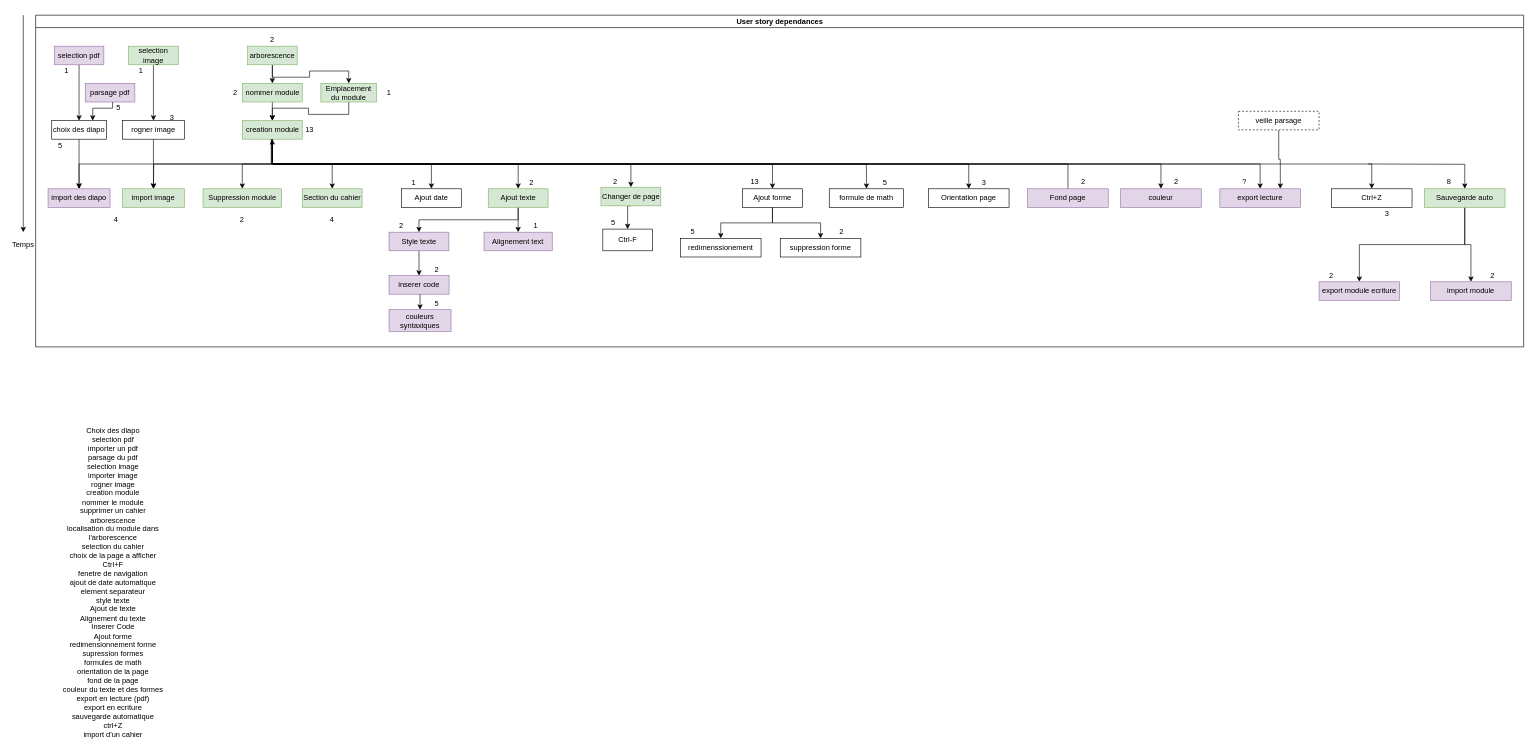
Before: ressources/dependance_fini.drawio in Clement-Torti/book7, a draw.io diagram. Source tidied: cells renumbered, new cells numbered last; positions are measured from the earlier drawing's top-left corner, leaving out a move shared by most shapes. Both pictures are drawn from the tidied source at 62%, with x=0, y=0 at pixel (11, 15).
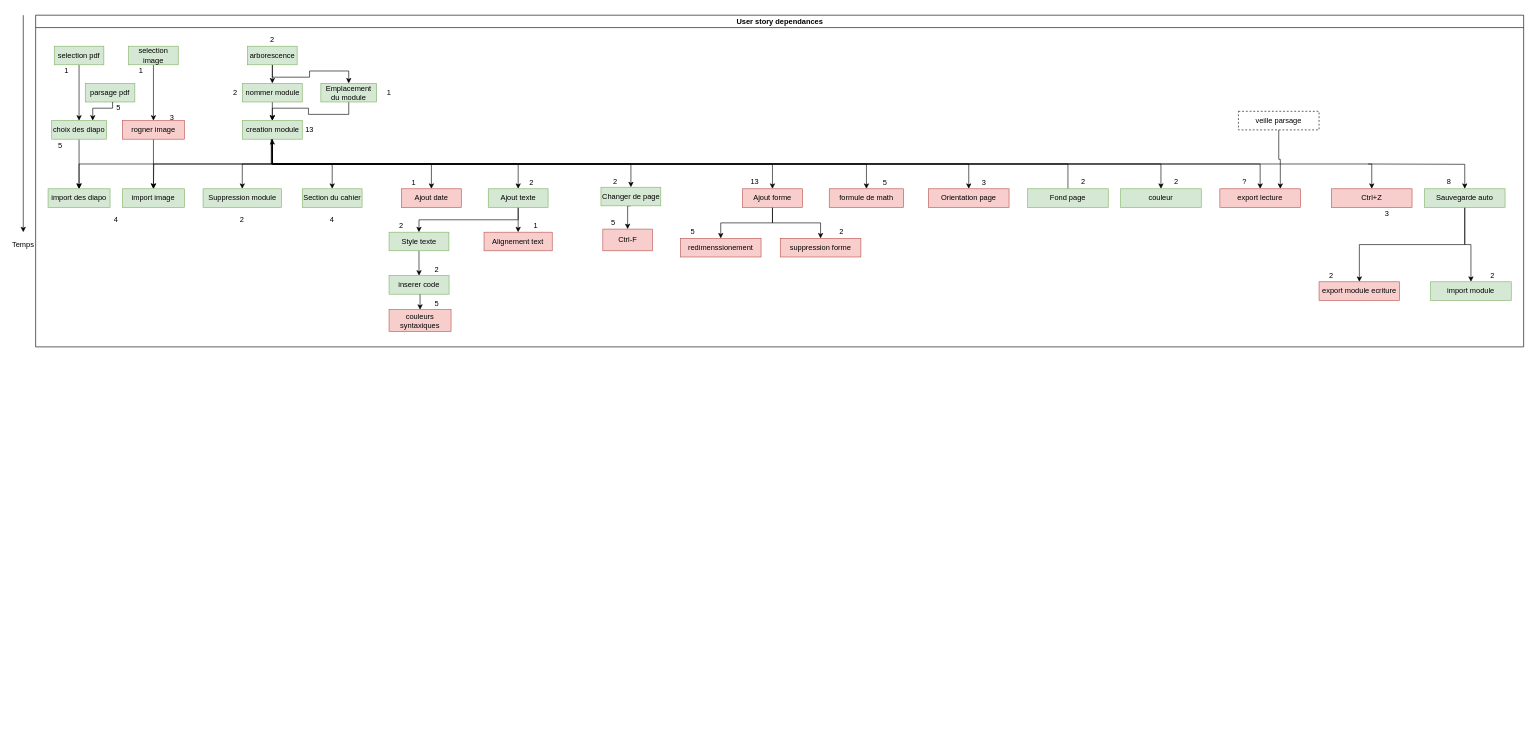
Above is the later version.

Commit message (it also covers changes not shown here):
Ajout des livrables sprint 3

The change refers to these unchanged cells:
```xml
<mxCell id="2" value="User story dependances" style="swimlane;html=1;startSize=20;horizontal=1;containerType=tree;glass=0;" parent="1" vertex="1">
  <mxGeometry x="40" width="2400" height="535" as="geometry" />
</mxCell>
```

Change to the diagram source:
```diff
@@
-    <mxCell id="4" value="selection pdf" style="rounded=0;whiteSpace=wrap;html=1;fillColor=#e1d5e7;strokeColor=#9673a6;" parent="2" vertex="1">
+    <mxCell id="4" value="selection pdf" style="rounded=0;whiteSpace=wrap;html=1;fillColor=#d5e8d4;strokeColor=#82b366;" parent="2" vertex="1">
       <mxGeometry x="30" y="50" width="80" height="30" as="geometry" />
     </mxCell>
@@
-    <mxCell id="7" value="parsage pdf" style="rounded=0;whiteSpace=wrap;html=1;fillColor=#e1d5e7;strokeColor=#9673a6;" parent="2" vertex="1">
+    <mxCell id="7" value="parsage pdf" style="rounded=0;whiteSpace=wrap;html=1;fillColor=#d5e8d4;strokeColor=#82b366;" parent="2" vertex="1">
       <mxGeometry x="80" y="110" width="80" height="30" as="geometry" />
     </mxCell>
@@
-    <mxCell id="31" value="choix des diapo" style="rounded=0;whiteSpace=wrap;html=1;" parent="2" vertex="1">
+    <mxCell id="31" value="choix des diapo" style="rounded=0;whiteSpace=wrap;html=1;fillColor=#d5e8d4;strokeColor=#82b366;" parent="2" vertex="1">
       <mxGeometry x="25.9" y="170" width="88.2" height="30" as="geometry" />
     </mxCell>
-    <mxCell id="32" value="import des diapo" style="rounded=0;whiteSpace=wrap;html=1;fillColor=#e1d5e7;strokeColor=#9673a6;" parent="2" vertex="1">
+    <mxCell id="32" value="import des diapo" style="rounded=0;whiteSpace=wrap;html=1;fillColor=#d5e8d4;strokeColor=#82b366;" parent="2" vertex="1">
       <mxGeometry x="20" y="280" width="100" height="30" as="geometry" />
     </mxCell>
@@
-    <mxCell id="34" value="rogner image" style="rounded=0;whiteSpace=wrap;html=1;" parent="2" vertex="1">
+    <mxCell id="34" value="rogner image" style="rounded=0;whiteSpace=wrap;html=1;fillColor=#f8cecc;strokeColor=#b85450;" parent="2" vertex="1">
       <mxGeometry x="140" y="170" width="100" height="30" as="geometry" />
     </mxCell>
@@
-    <mxCell id="38" value="Ajout date" style="rounded=0;whiteSpace=wrap;html=1;" parent="2" vertex="1">
+    <mxCell id="38" value="Ajout date" style="rounded=0;whiteSpace=wrap;html=1;fillColor=#f8cecc;strokeColor=#b85450;" parent="2" vertex="1">
       <mxGeometry x="590" y="280" width="96.5" height="30" as="geometry" />
     </mxCell>
@@
-    <mxCell id="40" value="Style texte" style="rounded=0;whiteSpace=wrap;html=1;fillColor=#e1d5e7;strokeColor=#9673a6;" parent="2" vertex="1">
+    <mxCell id="40" value="Style texte" style="rounded=0;whiteSpace=wrap;html=1;fillColor=#d5e8d4;strokeColor=#82b366;" parent="2" vertex="1">
       <mxGeometry x="570" y="350" width="96.5" height="30" as="geometry" />
     </mxCell>
@@
-    <mxCell id="44" value="Alignement text" style="rounded=0;whiteSpace=wrap;html=1;fillColor=#e1d5e7;strokeColor=#9673a6;" parent="2" vertex="1">
+    <mxCell id="44" value="Alignement text" style="rounded=0;whiteSpace=wrap;html=1;fillColor=#f8cecc;strokeColor=#b85450;" parent="2" vertex="1">
       <mxGeometry x="723.2" y="350" width="110" height="30" as="geometry" />
     </mxCell>
@@
-    <mxCell id="46" value="inserer code" style="rounded=0;whiteSpace=wrap;html=1;fillColor=#e1d5e7;strokeColor=#9673a6;" parent="2" vertex="1">
+    <mxCell id="46" value="inserer code" style="rounded=0;whiteSpace=wrap;html=1;fillColor=#d5e8d4;strokeColor=#82b366;" parent="2" vertex="1">
       <mxGeometry x="570" y="420" width="96.8" height="30" as="geometry" />
     </mxCell>
@@
-    <mxCell id="49" value="Ajout forme" style="rounded=0;whiteSpace=wrap;html=1;" parent="2" vertex="1">
+    <mxCell id="49" value="Ajout forme" style="rounded=0;whiteSpace=wrap;html=1;fillColor=#f8cecc;strokeColor=#b85450;" parent="2" vertex="1">
       <mxGeometry x="1140" y="280" width="96.8" height="30" as="geometry" />
     </mxCell>
-    <mxCell id="50" value="redimenssionement" style="rounded=0;whiteSpace=wrap;html=1;" parent="2" vertex="1">
+    <mxCell id="50" value="redimenssionement" style="rounded=0;whiteSpace=wrap;html=1;fillColor=#f8cecc;strokeColor=#b85450;" parent="2" vertex="1">
       <mxGeometry x="1040" y="360" width="130" height="30" as="geometry" />
     </mxCell>
-    <mxCell id="51" value="suppression forme" style="rounded=0;whiteSpace=wrap;html=1;" parent="2" vertex="1">
+    <mxCell id="51" value="suppression forme" style="rounded=0;whiteSpace=wrap;html=1;fillColor=#f8cecc;strokeColor=#b85450;" parent="2" vertex="1">
       <mxGeometry x="1201" y="360" width="130" height="30" as="geometry" />
     </mxCell>
-    <mxCell id="52" value="formule de math" style="rounded=0;whiteSpace=wrap;html=1;" parent="2" vertex="1">
+    <mxCell id="52" value="formule de math" style="rounded=0;whiteSpace=wrap;html=1;fillColor=#f8cecc;strokeColor=#b85450;" parent="2" vertex="1">
       <mxGeometry x="1280" y="280" width="120" height="30" as="geometry" />
     </mxCell>
-    <mxCell id="53" value="Orientation page" style="rounded=0;whiteSpace=wrap;html=1;" parent="2" vertex="1">
+    <mxCell id="53" value="Orientation page" style="rounded=0;whiteSpace=wrap;html=1;fillColor=#f8cecc;strokeColor=#b85450;" parent="2" vertex="1">
       <mxGeometry x="1440" y="280" width="130" height="30" as="geometry" />
     </mxCell>
@@
-    <mxCell id="55" value="Fond page" style="rounded=0;whiteSpace=wrap;html=1;fillColor=#e1d5e7;strokeColor=#9673a6;" parent="2" vertex="1">
+    <mxCell id="55" value="Fond page" style="rounded=0;whiteSpace=wrap;html=1;fillColor=#d5e8d4;strokeColor=#82b366;" parent="2" vertex="1">
       <mxGeometry x="1600" y="280" width="130" height="30" as="geometry" />
     </mxCell>
-    <mxCell id="56" value="couleur" style="rounded=0;whiteSpace=wrap;html=1;fillColor=#e1d5e7;strokeColor=#9673a6;" parent="2" vertex="1">
+    <mxCell id="56" value="couleur" style="rounded=0;whiteSpace=wrap;html=1;fillColor=#d5e8d4;strokeColor=#82b366;" parent="2" vertex="1">
       <mxGeometry x="1750" y="280" width="130" height="30" as="geometry" />
     </mxCell>
-    <mxCell id="57" value="export lecture" style="rounded=0;whiteSpace=wrap;html=1;fillColor=#e1d5e7;strokeColor=#9673a6;" parent="2" vertex="1">
+    <mxCell id="57" value="export lecture" style="rounded=0;whiteSpace=wrap;html=1;fillColor=#f8cecc;strokeColor=#b85450;" parent="2" vertex="1">
       <mxGeometry x="1910" y="280" width="130" height="30" as="geometry" />
     </mxCell>
@@
-    <mxCell id="62" value="Ctrl+Z" style="rounded=0;whiteSpace=wrap;html=1;" parent="2" vertex="1">
+    <mxCell id="62" value="Ctrl+Z" style="rounded=0;whiteSpace=wrap;html=1;fillColor=#f8cecc;strokeColor=#b85450;" parent="2" vertex="1">
       <mxGeometry x="2090" y="280" width="130" height="30" as="geometry" />
     </mxCell>
-    <mxCell id="63" value="export module ecriture" style="rounded=0;whiteSpace=wrap;html=1;fillColor=#e1d5e7;strokeColor=#9673a6;" parent="2" vertex="1">
+    <mxCell id="63" value="export module ecriture" style="rounded=0;whiteSpace=wrap;html=1;fillColor=#f8cecc;strokeColor=#b85450;" parent="2" vertex="1">
       <mxGeometry x="2070" y="430" width="130" height="30" as="geometry" />
     </mxCell>
-    <mxCell id="64" value="import module" style="rounded=0;whiteSpace=wrap;html=1;fillColor=#e1d5e7;strokeColor=#9673a6;" parent="2" vertex="1">
+    <mxCell id="64" value="import module" style="rounded=0;whiteSpace=wrap;html=1;fillColor=#d5e8d4;strokeColor=#82b366;" parent="2" vertex="1">
       <mxGeometry x="2250" y="430" width="130" height="30" as="geometry" />
     </mxCell>
@@
-    <mxCell id="83" value="couleurs syntaxiques" style="rounded=0;whiteSpace=wrap;html=1;fillColor=#e1d5e7;strokeColor=#9673a6;" parent="2" vertex="1">
+    <mxCell id="83" value="couleurs syntaxiques" style="rounded=0;whiteSpace=wrap;html=1;fillColor=#f8cecc;strokeColor=#b85450;" parent="2" vertex="1">
       <mxGeometry x="570" y="475" width="100" height="35" as="geometry" />
     </mxCell>
@@
-    <mxCell id="86" value="Ctrl-F" style="rounded=0;whiteSpace=wrap;html=1;" parent="2" vertex="1">
+    <mxCell id="86" value="Ctrl-F" style="rounded=0;whiteSpace=wrap;html=1;fillColor=#f8cecc;strokeColor=#b85450;" parent="2" vertex="1">
       <mxGeometry x="914.8" y="345" width="80" height="35" as="geometry" />
     </mxCell>
@@
-    <mxCell id="104" value="Choix des diapo&lt;br&gt;selection pdf&lt;br&gt;importer un pdf&lt;br&gt;parsage du pdf&lt;br&gt;selection image&lt;br&gt;importer image&lt;br&gt;rogner image&lt;br&gt;creation module&lt;br&gt;nommer le module&lt;br&gt;supprimer un cahier&lt;br&gt;arborescence&lt;br&gt;localisation du module dans l'arborescence&lt;br&gt;selection du cahier&lt;br&gt;choix de la page a afficher&lt;br&gt;Ctrl+F&lt;br&gt;fenetre de navigation&lt;br&gt;ajout de date automatique&lt;br&gt;element separateur&lt;br&gt;style texte&lt;br&gt;Ajout de texte&lt;br&gt;Alignement du texte&lt;br&gt;Inserer Code&lt;br&gt;Ajout forme&lt;br&gt;redimensionnement forme&lt;br&gt;supression formes&lt;br&gt;formules de math&lt;br&gt;orientation de la page&lt;br&gt;fond de la page&lt;br&gt;couleur du texte et des formes&lt;br&gt;export en lecture (pdf)&lt;br&gt;export en ecriture&lt;br&gt;sauvegarde automatique&lt;br&gt;ctrl+Z&lt;br&gt;import d'un cahier" style="text;html=1;strokeColor=none;fillColor=none;align=center;verticalAlign=middle;whiteSpace=wrap;rounded=0;" parent="1" vertex="1">
-      <mxGeometry x="50" y="850" width="230" height="130" as="geometry" />
-    </mxCell>
```
